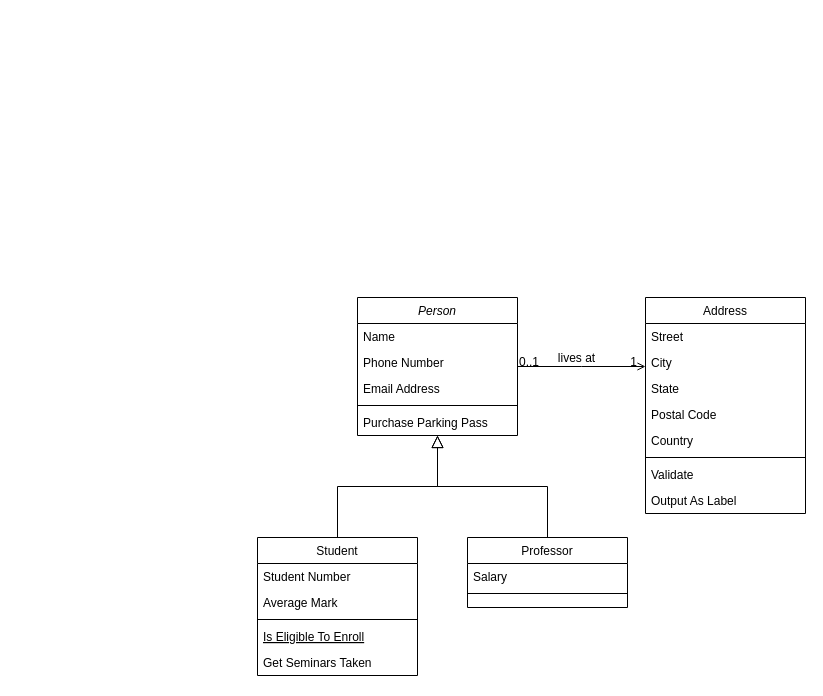
Above: Capstone_Monster.drawio in hu4nana/ClassIdeas (draw.io), before the change. Source tidied: cells renumbered, new cells numbered last; positions are measured from the earlier drawing's top-left corner, leaving out a move shared by most shapes. Both pictures are drawn from the tidied source at 100%, with x=0, y=0 at pixel (257, 297).
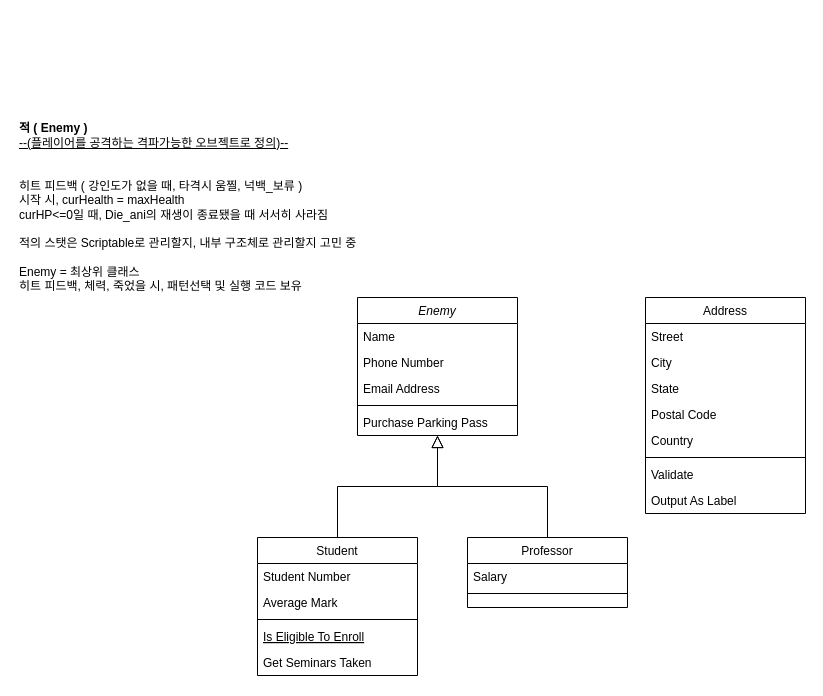
The same diagram, later.

The change refers to these unchanged cells:
```xml
<mxCell id="19" value="Address" style="swimlane;fontStyle=0;align=center;verticalAlign=top;horizontal=1;startSize=26;rounded=0;shadow=0;strokeWidth=1;" parent="1" vertex="1">
  <mxGeometry x="388" width="160" height="216" as="geometry" />
</mxCell>
```

Diff of the diagram source:
```diff
@@
-    <mxCell id="2" value="Person" style="swimlane;fontStyle=2;align=center;verticalAlign=top;horizontal=1;startSize=26;rounded=0;shadow=0;strokeWidth=1;" parent="1" vertex="1">
+    <mxCell id="2" value="Enemy" style="swimlane;fontStyle=2;align=center;verticalAlign=top;horizontal=1;startSize=26;rounded=0;shadow=0;strokeWidth=1;" parent="1" vertex="1">
       <mxGeometry x="100" width="160" height="138" as="geometry" />
     </mxCell>
@@
-    <mxCell id="28" style="endArrow=open;shadow=0;strokeWidth=1;rounded=0;endFill=1;edgeStyle=elbowEdgeStyle;elbow=vertical;" parent="1" edge="1" source="2" target="19">
-      <mxGeometry x="0.5" y="41" relative="1" as="geometry">
-        <mxPoint x="-40" y="32" as="offset" />
-      </mxGeometry>
-    </mxCell>
-    <mxCell id="29" value="0..1" style="align=left;verticalAlign=bottom;labelBackgroundColor=none;fontSize=12;" parent="28" vertex="1">
-      <mxGeometry x="-1" relative="1" as="geometry">
-        <mxPoint y="4" as="offset" />
-      </mxGeometry>
-    </mxCell>
-    <mxCell id="30" value="1" style="align=right;verticalAlign=bottom;labelBackgroundColor=none;fontSize=12;" parent="28" vertex="1">
-      <mxGeometry x="1" relative="1" as="geometry">
-        <mxPoint x="-7" y="4" as="offset" />
-      </mxGeometry>
-    </mxCell>
-    <mxCell id="31" value="lives at" style="text;html=1;align=center;verticalAlign=middle;labelBackgroundColor=none;rounded=0;shadow=0;strokeWidth=1;fontSize=12;" parent="28" vertex="1">
-      <mxGeometry x="0.5" y="49" relative="1" as="geometry">
-        <mxPoint x="-38" y="40" as="offset" />
-      </mxGeometry>
-    </mxCell>
+    <mxCell id="32" value="&lt;b&gt;적 ( Enemy )&lt;/b&gt;&lt;br&gt;&lt;u style=&quot;&quot;&gt;--(플레이어를 공격하는 격파가능한 오브젝트로 정의)--&lt;/u&gt;&lt;br&gt;&lt;br&gt;&lt;br&gt;히트 피드백 ( 강인도가 없을 때, 타격시 움찔, 넉백_보류 )&lt;br&gt;시작 시, curHealth = maxHealth&lt;br&gt;curHP&amp;lt;=0일 때, Die_ani의 재생이 종료됐을 때 서서히 사라짐&lt;br&gt;&lt;br&gt;적의 스탯은 Scriptable로 관리할지, 내부 구조체로 관리할지 고민 중&lt;br&gt;&lt;br&gt;Enemy = 최상위 클래스&lt;br&gt;히트 피드백, 체력, 죽었을 시, 패턴선택 및 실행 코드 보유" style="text;html=1;strokeColor=none;fillColor=none;align=left;verticalAlign=middle;whiteSpace=wrap;rounded=0;" parent="1" vertex="1">
+      <mxGeometry x="-240" y="-280" width="390" height="380" as="geometry" />
+    </mxCell>
```
